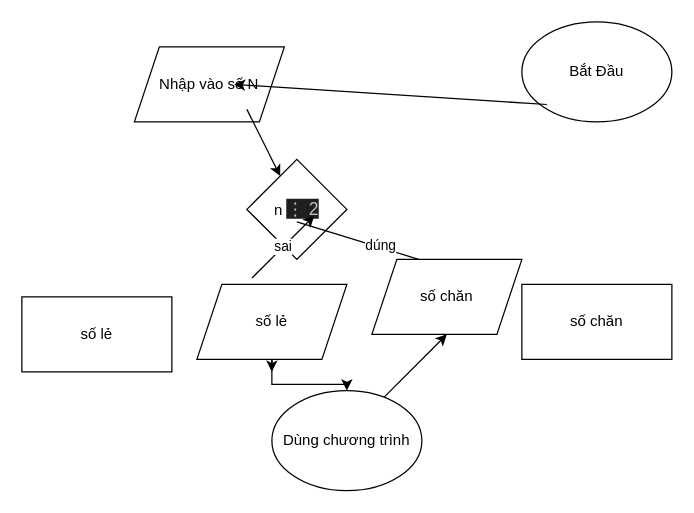
Earlier version of the draw.io diagram vesodo.drawio (MTkhai/draw.io). Source tidied: cells renumbered, new cells numbered last; positions are measured from the earlier drawing's top-left corner, leaving out a move shared by most shapes. Both pictures are drawn from the tidied source at 125%, with x=0, y=0 at pixel (21, 21).
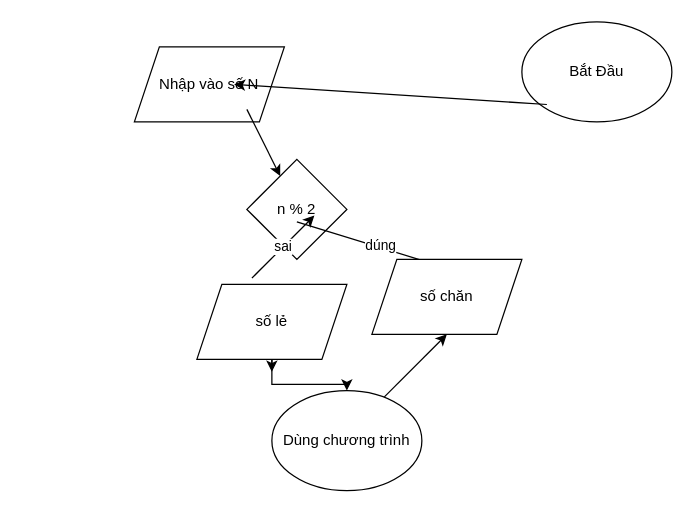
Above is the later version.

Commit message:
Cập nhật vesodo.drawio

Change to the diagram source:
```diff
@@
-    <mxCell id="5" value="n&amp;nbsp;&lt;span style=&quot;color: rgb(189, 193, 198); font-family: Arial, sans-serif; font-size: 14px; text-align: left; background-color: rgb(31, 31, 31);&quot;&gt;⋮ 2&lt;/span&gt;" style="rhombus;whiteSpace=wrap;html=1;" parent="1" vertex="1">
+    <mxCell id="5" value="n % 2" style="rhombus;whiteSpace=wrap;html=1;" parent="1" vertex="1">
       <mxGeometry x="180" y="110" width="80" height="80" as="geometry" />
     </mxCell>
@@
-    <mxCell id="7" value="số chăn" style="rounded=0;whiteSpace=wrap;html=1;" parent="1" vertex="1">
-      <mxGeometry x="400" y="210" width="120" height="60" as="geometry" />
-    </mxCell>
@@
-    <mxCell id="13" value="số lẻ" style="rounded=0;whiteSpace=wrap;html=1;" parent="1" vertex="1">
-      <mxGeometry y="220" width="120" height="60" as="geometry" />
-    </mxCell>
```
